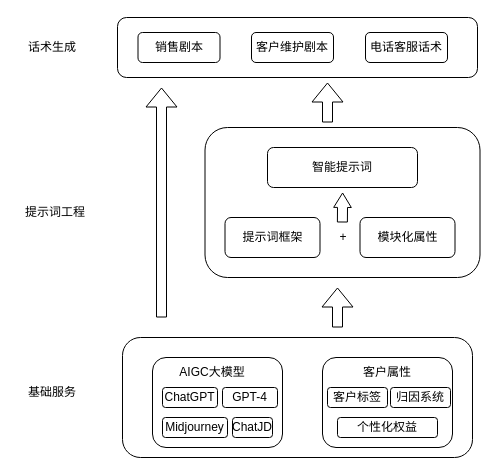
Before: jdhack.drawio in JinTaiYang94/helloworld, a draw.io diagram. Source tidied: cells renumbered, new cells numbered last; positions are measured from the earlier drawing's top-left corner, leaving out a move shared by most shapes. Both pictures are drawn from the tidied source at 100%, with x=0, y=0 at pixel (17, 17).
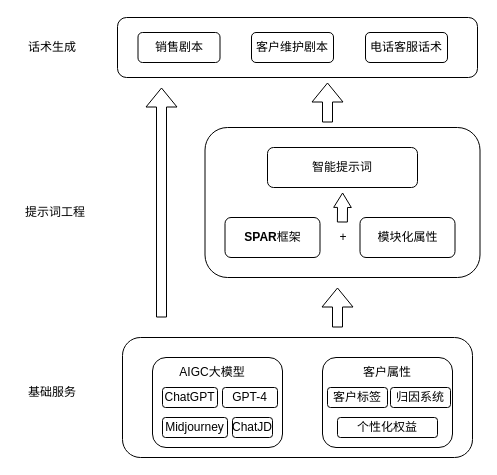
Above is the later version.

The edit, as a diff of the source:
```diff
@@
-    <mxCell id="17" value="提示词框架" style="rounded=1;whiteSpace=wrap;html=1;" parent="1" vertex="1">
+    <mxCell id="17" value="&lt;strong&gt;SPAR&lt;/strong&gt;框架" style="rounded=1;whiteSpace=wrap;html=1;" parent="1" vertex="1">
       <mxGeometry x="207.5" y="200" width="95" height="40" as="geometry" />
     </mxCell>
```
